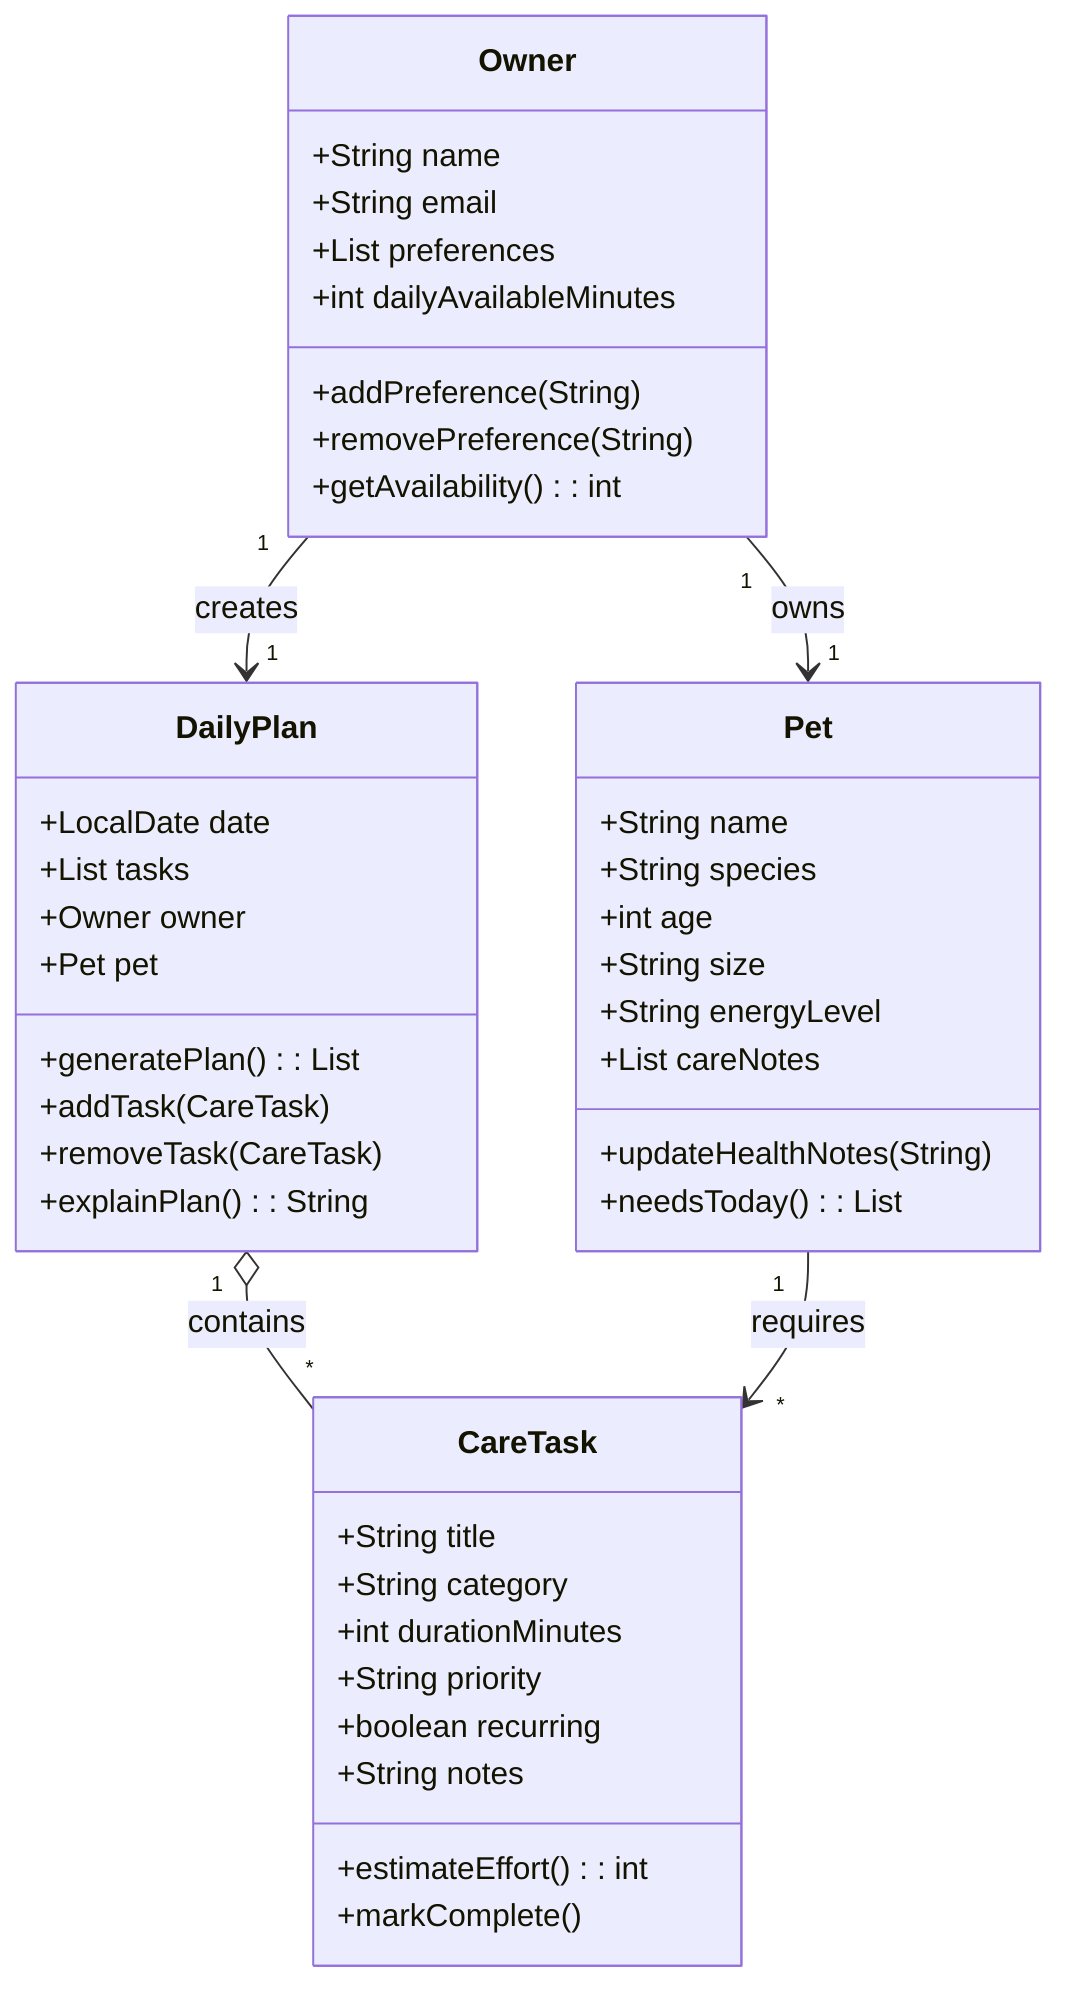
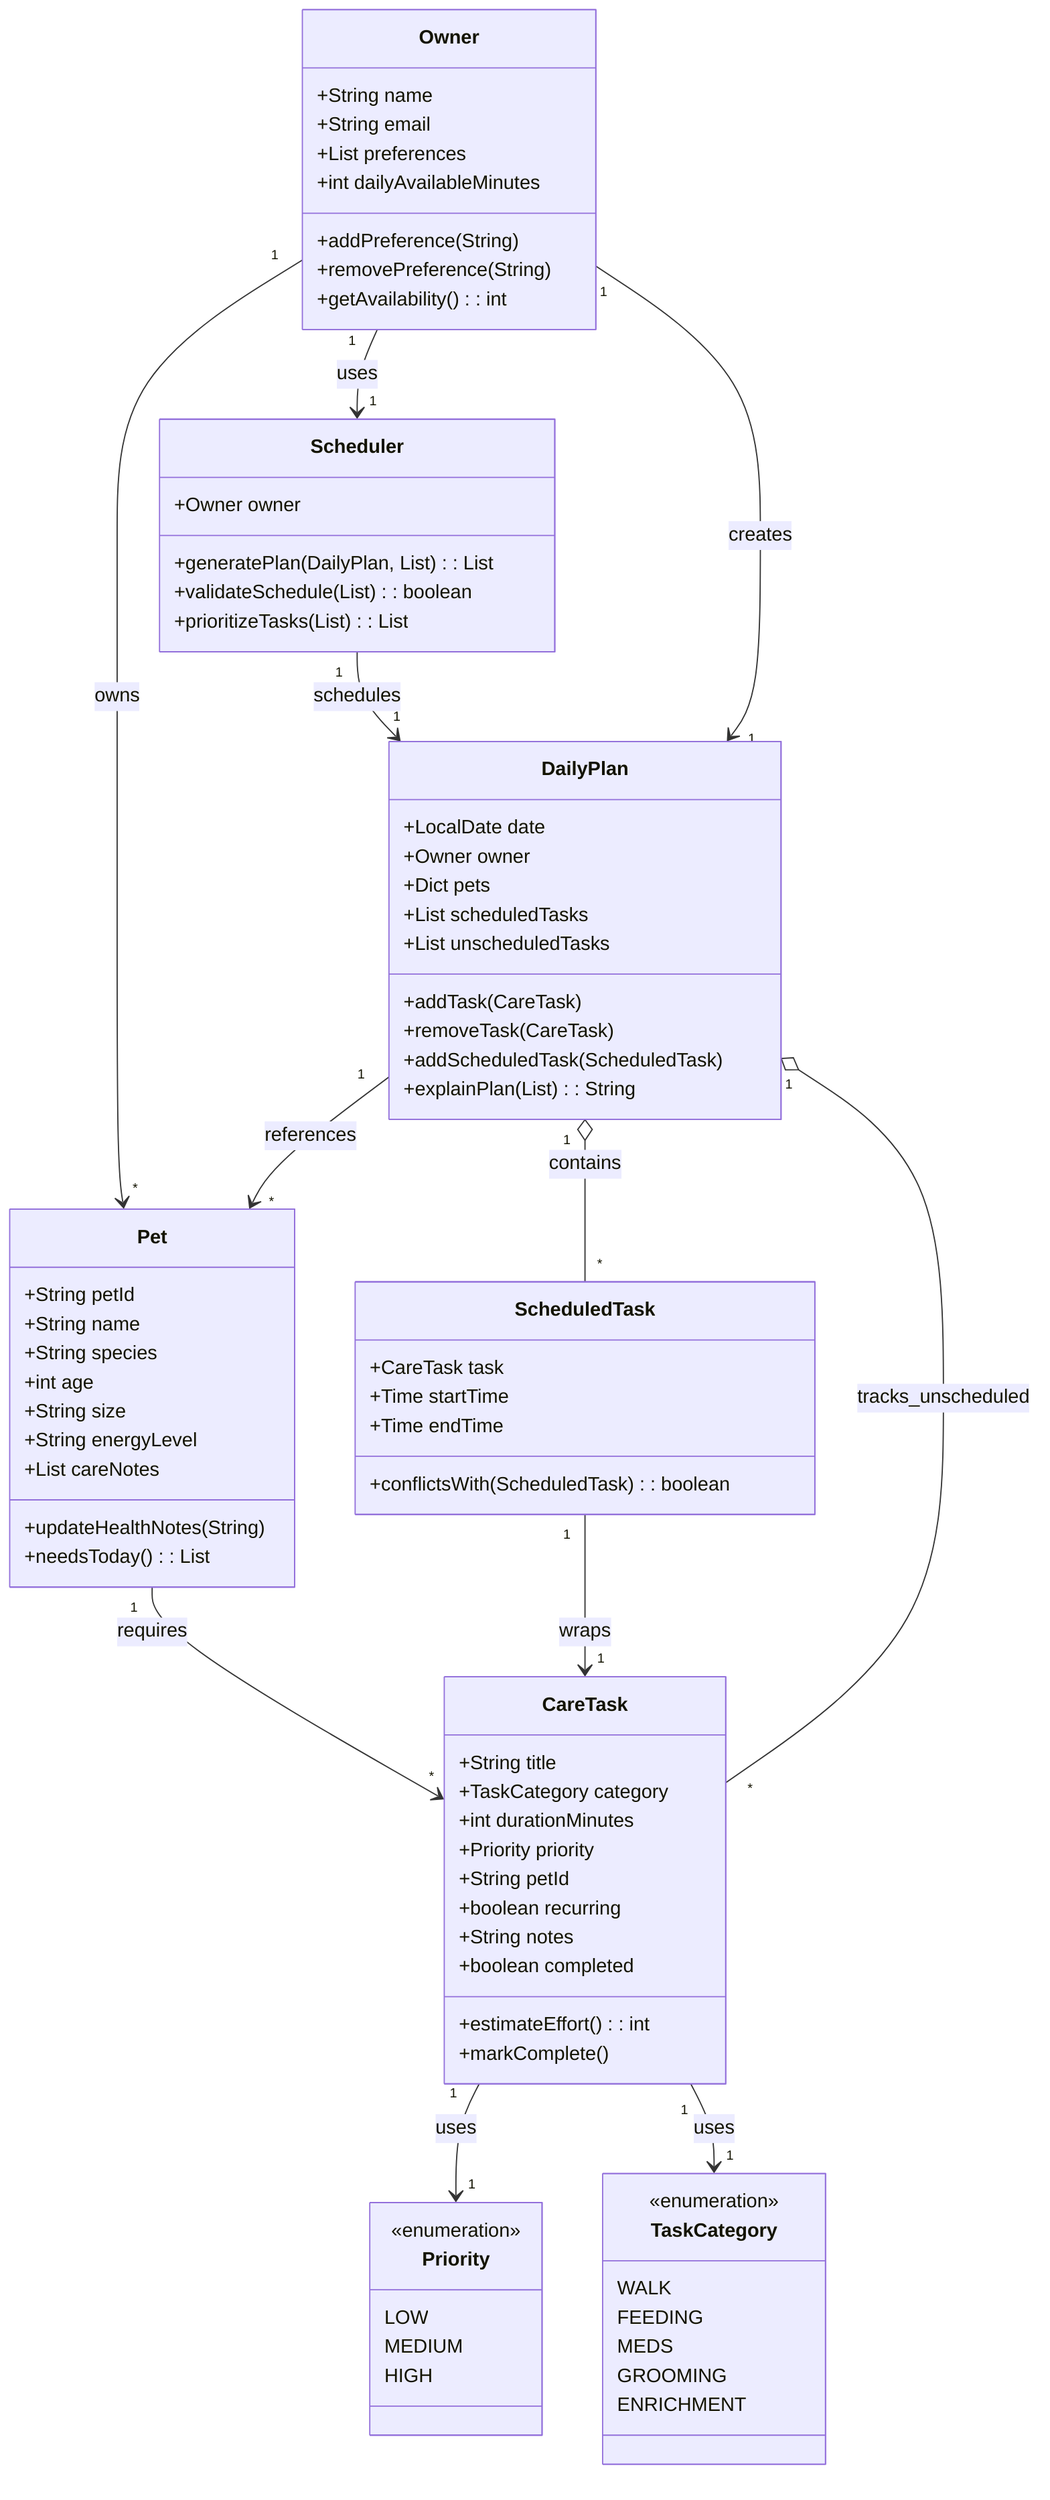
classDiagram
-     %% PawPal+ core design: Owner, Pet, CareTask, DailyPlan
+     %% PawPal+ core design: Owner, Pet, CareTask, DailyPlan, Scheduler, ScheduledTask
+     %% Enums for type safety and multi-pet support
+ 
+     class Priority {
+         <<enumeration>>
+         LOW
+         MEDIUM
+         HIGH
+     }
+ 
+     class TaskCategory {
+         <<enumeration>>
+         WALK
+         FEEDING
+         MEDS
+         GROOMING
+         ENRICHMENT
+     }

    class Owner {
        +String name
        +String email
        +List<String> preferences
        +int dailyAvailableMinutes
        +addPreference(String)
        +removePreference(String)
        +getAvailability() : int
    }

    class Pet {
+         +String petId
        +String name
        +String species
        +int age
        +String size
        +String energyLevel
        +List<String> careNotes
        +updateHealthNotes(String)
        +needsToday() : List<String>
    }

    class CareTask {
        +String title
-         +String category
+         +TaskCategory category
        +int durationMinutes
-         +String priority
+         +Priority priority
+         +String petId
        +boolean recurring
        +String notes
+         +boolean completed
        +estimateEffort() : int
        +markComplete()
    }

+     class ScheduledTask {
+         +CareTask task
+         +Time startTime
+         +Time endTime
+         +conflictsWith(ScheduledTask) : boolean
+     }
+ 
    class DailyPlan {
        +LocalDate date
-         +List<CareTask> tasks
        +Owner owner
-         +Pet pet
-         +generatePlan() : List<CareTask>
+         +Dict<String, Pet> pets
+         +List<ScheduledTask> scheduledTasks
+         +List<CareTask> unscheduledTasks
        +addTask(CareTask)
        +removeTask(CareTask)
-         +explainPlan() : String
+         +addScheduledTask(ScheduledTask)
+         +explainPlan(List<ScheduledTask>) : String
    }

-     Owner "1" --> "1" Pet : owns
+     class Scheduler {
+         +Owner owner
+         +generatePlan(DailyPlan, List<CareTask>) : List<ScheduledTask>
+         +validateSchedule(List<ScheduledTask>) : boolean
+         +prioritizeTasks(List<CareTask>) : List<CareTask>
+     }
+ 
+     Owner "1" --> "*" Pet : owns
+     Owner "1" --> "1" Scheduler : uses
    Owner "1" --> "1" DailyPlan : creates
-     DailyPlan "1" o-- "*" CareTask : contains
+     DailyPlan "1" --> "*" Pet : references
+     DailyPlan "1" o-- "*" ScheduledTask : contains
+     DailyPlan "1" o-- "*" CareTask : tracks_unscheduled
+     ScheduledTask "1" --> "1" CareTask : wraps
+     CareTask "1" --> "1" Priority : uses
+     CareTask "1" --> "1" TaskCategory : uses
+     Scheduler "1" --> "1" DailyPlan : schedules
    Pet "1" --> "*" CareTask : requires
